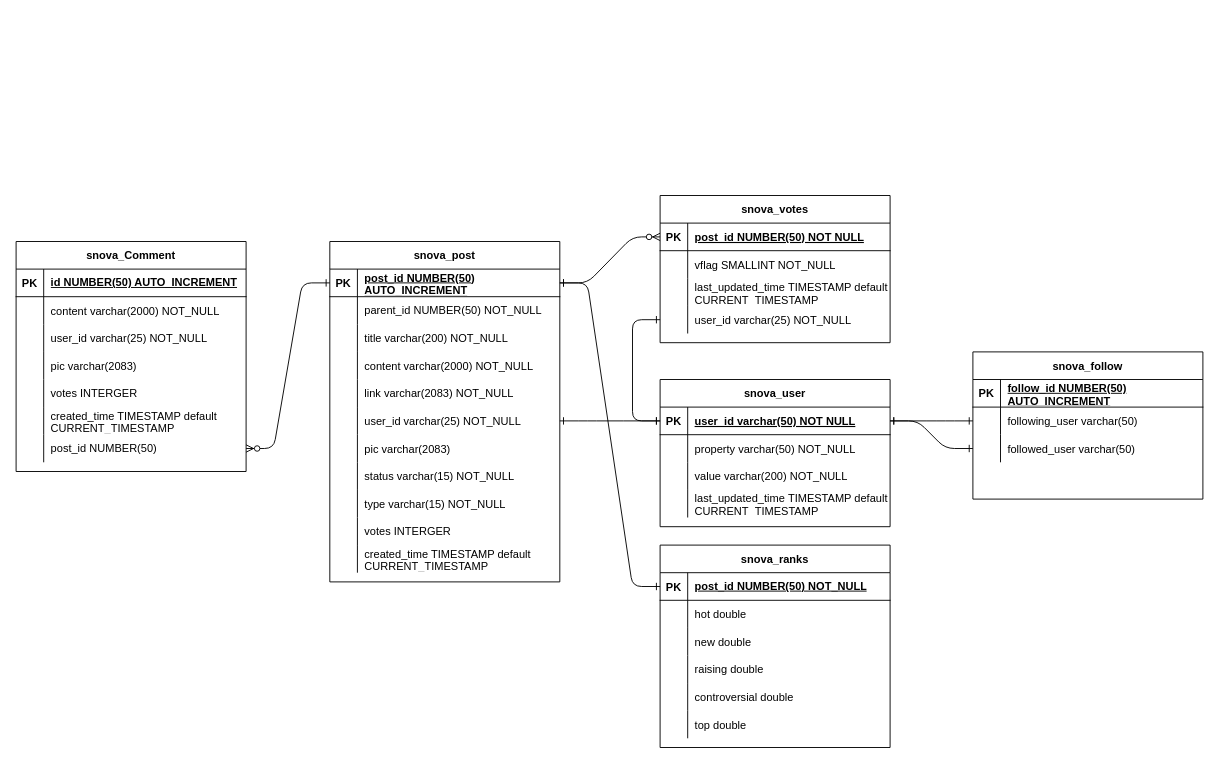
The draw.io diagram Document/Database diagram.drawio in Ricar1502/Website, before the edit. Source tidied: cells renumbered, new cells numbered last; positions are measured from the earlier drawing's top-left corner, leaving out a move shared by most shapes. Both pictures are drawn from the tidied source at 92%, with x=0, y=0 at pixel (16, 195).
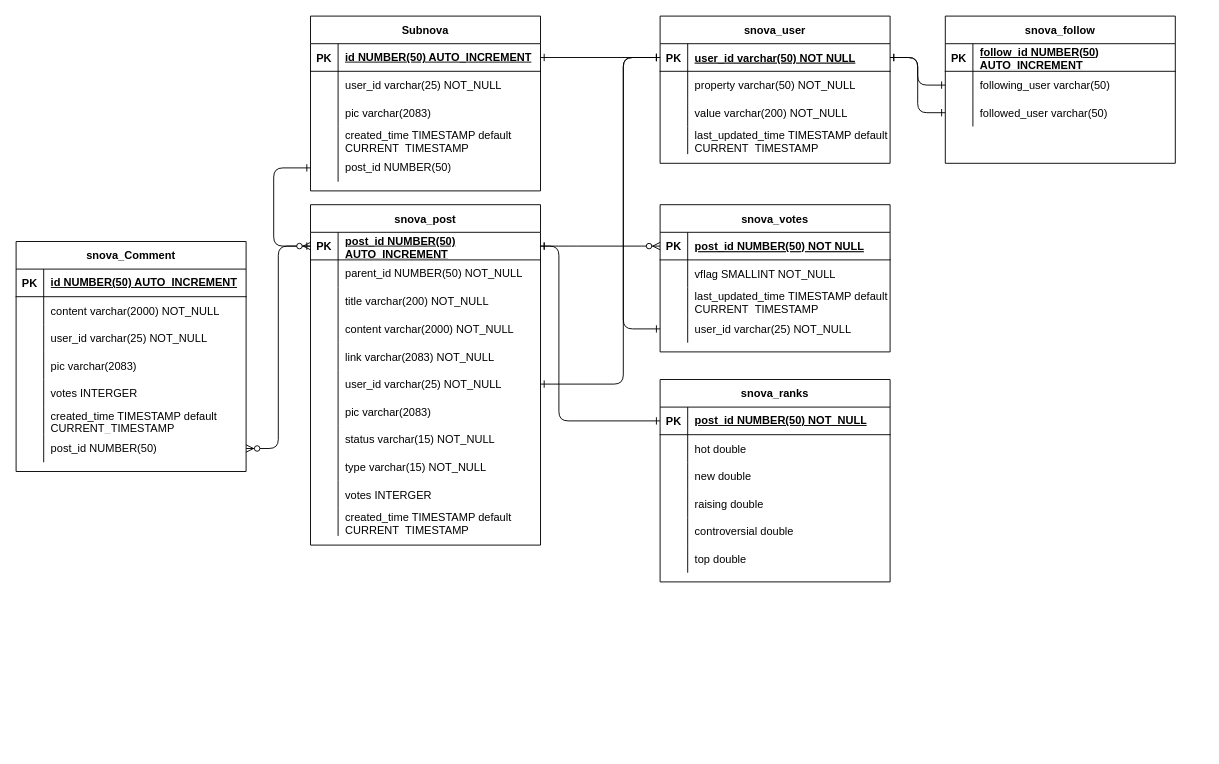
The same page after the edit.

Unchanged cells that the change refers to:
```xml
<mxCell id="3" style="shape=partialRectangle;fillColor=none;points=[[0,0.5],[1,0.5]];portConstraint=eastwest;top=0;left=0;right=0;bottom=1;" parent="2" vertex="1">
  <mxGeometry y="30" width="250" height="30" as="geometry" />
</mxCell>
<mxCell id="16" style="shape=partialRectangle;fillColor=none;points=[[0,0.5],[1,0.5]];portConstraint=eastwest;top=0;left=0;right=0;bottom=1;" parent="15" vertex="1">
  <mxGeometry y="30" width="250" height="30" as="geometry" />
</mxCell>
<mxCell id="35" style="shape=partialRectangle;fillColor=none;points=[[0,0.5],[1,0.5]];portConstraint=eastwest;top=0;left=0;right=0;bottom=1;" parent="34" vertex="1">
  <mxGeometry y="30" width="250" height="30" as="geometry" />
</mxCell>
<mxCell id="50" style="shape=partialRectangle;fillColor=none;points=[[0,0.5],[1,0.5]];portConstraint=eastwest;top=0;left=0;right=0;bottom=0;" parent="34" vertex="1">
  <mxGeometry y="180" width="250" height="30" as="geometry" />
</mxCell>
<mxCell id="78" style="shape=partialRectangle;fillColor=none;points=[[0,0.5],[1,0.5]];portConstraint=eastwest;top=0;left=0;right=0;bottom=0;" parent="68" vertex="1">
  <mxGeometry y="120" width="250" height="30" as="geometry" />
</mxCell>
<mxCell id="104" style="shape=partialRectangle;fillColor=none;points=[[0,0.5],[1,0.5]];portConstraint=eastwest;top=0;left=0;right=0;bottom=0;" parent="85" vertex="1">
  <mxGeometry y="210" width="250" height="30" as="geometry" />
</mxCell>
```

The edit, as a diff of the source:
```diff
@@
     <mxCell id="2" value="snova_user" style="shape=table;startSize=30;childLayout=tableLayout;rowLines=0;fontStyle=1;align=center;" parent="1" vertex="1">
-      <mxGeometry x="700" y="200" width="250" height="160" as="geometry" />
+      <mxGeometry x="700" y="-195" width="250" height="160" as="geometry" />
     </mxCell>
@@
     <mxCell id="15" value="snova_ranks" style="shape=table;startSize=30;childLayout=tableLayout;rowLines=0;fontStyle=1;align=center;" parent="1" vertex="1">
-      <mxGeometry x="700" y="380" width="250" height="220" as="geometry" />
+      <mxGeometry x="700" y="200" width="250" height="220" as="geometry" />
     </mxCell>
@@
     <mxCell id="34" value="snova_post" style="shape=table;startSize=30;childLayout=tableLayout;rowLines=0;fontStyle=1;align=center;" parent="1" vertex="1">
-      <mxGeometry x="341" y="50" width="250" height="370" as="geometry" />
+      <mxGeometry x="320" y="10" width="250" height="370" as="geometry" />
     </mxCell>
@@
     <mxCell id="68" value="snova_votes" style="shape=table;startSize=30;childLayout=tableLayout;rowLines=0;fontStyle=1;align=center;" parent="1" vertex="1">
-      <mxGeometry x="700" width="250" height="160" as="geometry" />
+      <mxGeometry x="700" y="10" width="250" height="160" as="geometry" />
     </mxCell>
@@
-    <mxCell id="81" style="edgeStyle=entityRelationEdgeStyle;endArrow=ERone;startArrow=ERone;endFill=0;startFill=0;exitX=0;exitY=0.5;exitDx=0;exitDy=0;entryX=1;entryY=0.5;entryDx=0;entryDy=0;" parent="1" edge="1" source="3" target="50">
-      <mxGeometry relative="1" as="geometry" />
+    <mxCell id="81" style="edgeStyle=orthogonalEdgeStyle;endArrow=ERone;startArrow=ERone;endFill=0;startFill=0;exitX=0;exitY=0.5;exitDx=0;exitDy=0;entryX=1;entryY=0.5;entryDx=0;entryDy=0;" parent="1" edge="1" source="3" target="50">
+      <mxGeometry relative="1" as="geometry">
+        <Array as="points">
+          <mxPoint x="660" y="-150" />
+          <mxPoint x="660" y="205" />
+        </Array>
+      </mxGeometry>
     </mxCell>
-    <mxCell id="82" style="edgeStyle=entityRelationEdgeStyle;endArrow=ERone;startArrow=ERone;endFill=0;startFill=0;exitX=0;exitY=0.5;exitDx=0;exitDy=0;entryX=1;entryY=0.5;entryDx=0;entryDy=0;" parent="1" edge="1" source="16" target="35">
-      <mxGeometry relative="1" as="geometry" />
+    <mxCell id="82" style="edgeStyle=orthogonalEdgeStyle;endArrow=ERone;startArrow=ERone;endFill=0;startFill=0;exitX=0;exitY=0.5;exitDx=0;exitDy=0;entryX=1;entryY=0.5;entryDx=0;entryDy=0;" parent="1" edge="1" source="16" target="35">
+      <mxGeometry relative="1" as="geometry">
+        <Array as="points">
+          <mxPoint x="590" y="245" />
+          <mxPoint x="590" y="55" />
+        </Array>
+      </mxGeometry>
     </mxCell>
@@
     <mxCell id="84" style="edgeStyle=orthogonalEdgeStyle;endArrow=ERone;startArrow=ERone;endFill=0;startFill=0;exitX=0;exitY=0.5;exitDx=0;exitDy=0;entryX=0;entryY=0.5;entryDx=0;entryDy=0;elbow=vertical;" parent="1" edge="1" source="78" target="3">
       <mxGeometry relative="1" as="geometry">
         <Array as="points">
-          <mxPoint x="670" y="135" />
-          <mxPoint x="670" y="245" />
+          <mxPoint x="660" y="145" />
+          <mxPoint x="660" y="-150" />
         </Array>
       </mxGeometry>
     </mxCell>
@@
-    <mxCell id="107" style="edgeStyle=entityRelationEdgeStyle;endArrow=ERzeroToMany;startArrow=ERone;endFill=1;startFill=0;exitX=0;exitY=0.5;exitDx=0;exitDy=0;entryX=1;entryY=0.5;entryDx=0;entryDy=0;" parent="1" edge="1" source="35" target="104">
+    <mxCell id="107" style="edgeStyle=orthogonalEdgeStyle;endArrow=ERzeroToMany;startArrow=ERone;endFill=1;startFill=0;exitX=0;exitY=0.5;exitDx=0;exitDy=0;entryX=1;entryY=0.5;entryDx=0;entryDy=0;" parent="1" edge="1" source="35" target="104">
       <mxGeometry relative="1" as="geometry" />
     </mxCell>
     <mxCell id="108" value="snova_follow" style="shape=table;startSize=30;childLayout=tableLayout;rowLines=0;fontStyle=1;align=center;" parent="1" vertex="1">
-      <mxGeometry x="1040" y="170" width="250" height="160" as="geometry" />
+      <mxGeometry x="1010" y="-195" width="250" height="160" as="geometry" />
     </mxCell>
@@
+    <mxCell id="120" value="Subnova" style="shape=table;startSize=30;childLayout=tableLayout;rowLines=0;fontStyle=1;align=center;" parent="1" vertex="1">
+      <mxGeometry x="320" y="-195" width="250" height="190" as="geometry" />
+    </mxCell>
+    <mxCell id="121" style="shape=partialRectangle;fillColor=none;points=[[0,0.5],[1,0.5]];portConstraint=eastwest;top=0;left=0;right=0;bottom=1;" parent="120" vertex="1">
+      <mxGeometry y="30" width="250" height="30" as="geometry" />
+    </mxCell>
+    <mxCell id="122" value="PK" style="shape=partialRectangle;overflow=hidden;fillColor=none;top=0;left=0;bottom=0;right=0;fontStyle=1;" parent="121" vertex="1">
+      <mxGeometry width="30" height="30" as="geometry" />
+    </mxCell>
+    <mxCell id="123" value="id NUMBER(50) AUTO_INCREMENT" style="shape=partialRectangle;overflow=hidden;fillColor=none;top=0;left=0;bottom=0;right=0;align=left;spacingLeft=6;fontStyle=5;whiteSpace=wrap;" parent="121" vertex="1">
+      <mxGeometry x="30" width="220" height="30" as="geometry" />
+    </mxCell>
+    <mxCell id="124" style="shape=partialRectangle;fillColor=none;top=0;left=0;right=0;bottom=0;" parent="120" vertex="1">
+      <mxGeometry y="60" width="250" height="30" as="geometry" />
+    </mxCell>
+    <mxCell id="125" style="shape=partialRectangle;overflow=hidden;fillColor=none;top=0;left=0;bottom=0;right=0;" parent="124" vertex="1">
+      <mxGeometry width="30" height="30" as="geometry" />
+    </mxCell>
+    <mxCell id="126" value="user_id varchar(25) NOT_NULL" style="shape=partialRectangle;overflow=hidden;fillColor=none;top=0;left=0;bottom=0;right=0;align=left;spacingLeft=6;" parent="124" vertex="1">
+      <mxGeometry x="30" width="220" height="30" as="geometry" />
+    </mxCell>
+    <mxCell id="127" style="shape=partialRectangle;fillColor=none;top=0;left=0;right=0;bottom=0;" parent="120" vertex="1">
+      <mxGeometry y="90" width="250" height="30" as="geometry" />
+    </mxCell>
+    <mxCell id="128" style="shape=partialRectangle;overflow=hidden;fillColor=none;top=0;left=0;bottom=0;right=0;" parent="127" vertex="1">
+      <mxGeometry width="30" height="30" as="geometry" />
+    </mxCell>
+    <mxCell id="129" value="pic varchar(2083) " style="shape=partialRectangle;overflow=hidden;fillColor=none;top=0;left=0;bottom=0;right=0;align=left;spacingLeft=6;" parent="127" vertex="1">
+      <mxGeometry x="30" width="220" height="30" as="geometry" />
+    </mxCell>
+    <mxCell id="130" style="shape=partialRectangle;fillColor=none;top=0;left=0;right=0;bottom=0;" parent="120" vertex="1">
+      <mxGeometry y="120" width="250" height="30" as="geometry" />
+    </mxCell>
+    <mxCell id="131" style="shape=partialRectangle;overflow=hidden;fillColor=none;top=0;left=0;bottom=0;right=0;" parent="130" vertex="1">
+      <mxGeometry width="30" height="30" as="geometry" />
+    </mxCell>
+    <mxCell id="132" value="created_time TIMESTAMP default CURRENT_TIMESTAMP&#10; " style="shape=partialRectangle;overflow=hidden;fillColor=none;top=0;left=0;bottom=0;right=0;align=left;spacingLeft=6;whiteSpace=wrap;" parent="130" vertex="1">
+      <mxGeometry x="30" width="220" height="30" as="geometry" />
+    </mxCell>
+    <mxCell id="133" style="shape=partialRectangle;fillColor=none;points=[[0,0.5],[1,0.5]];portConstraint=eastwest;top=0;left=0;right=0;bottom=0;" parent="120" vertex="1">
+      <mxGeometry y="150" width="250" height="30" as="geometry" />
+    </mxCell>
+    <mxCell id="134" style="shape=partialRectangle;overflow=hidden;fillColor=none;top=0;left=0;bottom=0;right=0;" parent="133" vertex="1">
+      <mxGeometry width="30" height="30" as="geometry" />
+    </mxCell>
+    <mxCell id="135" value="post_id NUMBER(50)" style="shape=partialRectangle;overflow=hidden;fillColor=none;top=0;left=0;bottom=0;right=0;align=left;spacingLeft=6;whiteSpace=wrap;" parent="133" vertex="1">
+      <mxGeometry x="30" width="220" height="30" as="geometry" />
+    </mxCell>
+    <mxCell id="136" style="edgeStyle=orthogonalEdgeStyle;endArrow=ERzeroToMany;startArrow=ERone;endFill=1;startFill=0;exitX=0;exitY=0.5;exitDx=0;exitDy=0;entryX=0;entryY=0.5;entryDx=0;entryDy=0;" parent="1" edge="1" source="133" target="35">
+      <mxGeometry relative="1" as="geometry">
+        <Array as="points">
+          <mxPoint x="280" y="-30" />
+          <mxPoint x="280" y="55" />
+        </Array>
+      </mxGeometry>
+    </mxCell>
+    <mxCell id="137" style="edgeStyle=orthogonalEdgeStyle;endArrow=ERone;startArrow=ERone;endFill=0;startFill=0;exitX=1;exitY=0.5;exitDx=0;exitDy=0;elbow=vertical;entryX=0;entryY=0.5;entryDx=0;entryDy=0;" parent="1" edge="1" source="121" target="3">
+      <mxGeometry relative="1" as="geometry" />
+    </mxCell>
```
